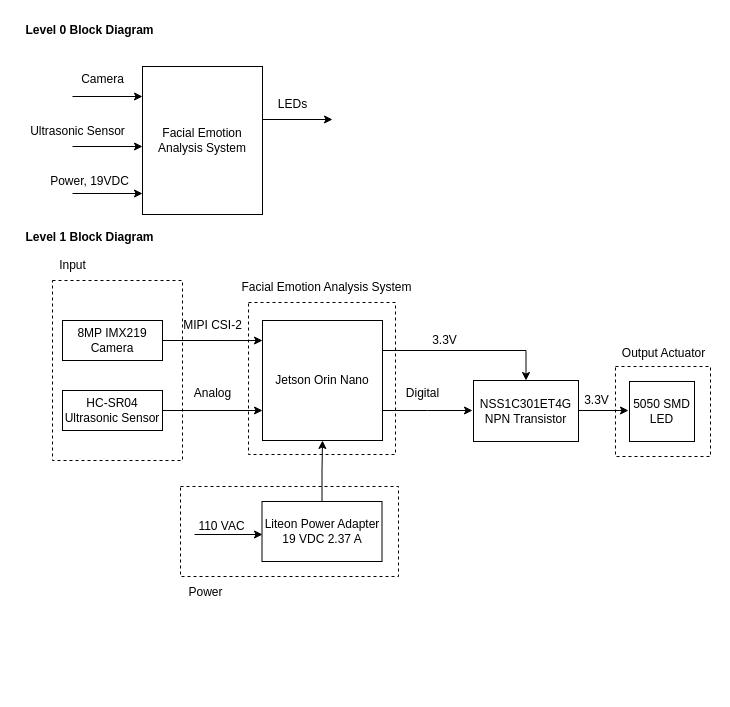
This is Schematics/Level 0 & Level 1 Block Diagram.drawio from LuanNgGithub/Emotion-Based-Smart-Home-System, a draw.io file, before an edit. Source tidied: cells renumbered, new cells numbered last; positions are measured from the earlier drawing's top-left corner, leaving out a move shared by most shapes. Both pictures are drawn from the tidied source at 100%, with x=0, y=0 at pixel (17, 17).
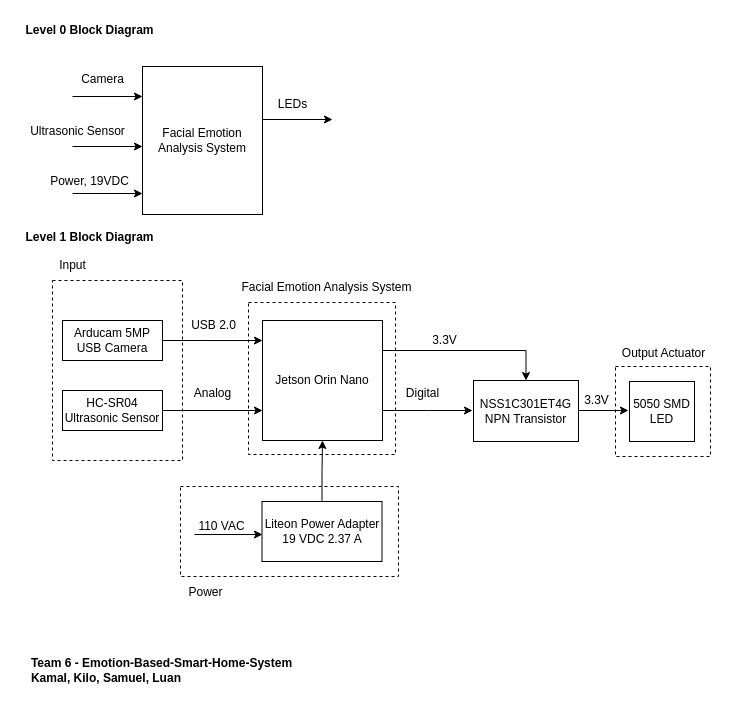
After the change.

The edit, as a diff of the source:
```diff
@@
-    <mxCell id="16" value="8MP IMX219 Camera" style="rounded=0;whiteSpace=wrap;html=1;" parent="1" vertex="1">
+    <mxCell id="16" value="Arducam 5MP USB Camera" style="rounded=0;whiteSpace=wrap;html=1;" parent="1" vertex="1">
       <mxGeometry x="45" y="303" width="100" height="40" as="geometry" />
     </mxCell>
@@
-    <mxCell id="18" value="MIPI CSI-2" style="text;html=1;align=center;verticalAlign=middle;strokeColor=none;fillColor=none;" parent="1" vertex="1">
-      <mxGeometry x="155" y="293" width="80" height="30" as="geometry" />
+    <mxCell id="18" value="USB 2.0" style="text;html=1;align=center;verticalAlign=middle;strokeColor=none;fillColor=none;" parent="1" vertex="1">
+      <mxGeometry x="164" y="295" width="63" height="26" as="geometry" />
     </mxCell>
@@
+    <mxCell id="40" value="&lt;div&gt;&lt;b&gt;Team 6 -&amp;nbsp;Emotion-Based-Smart-Home-System &lt;br&gt;&lt;/b&gt;&lt;/div&gt;&lt;div align=&quot;left&quot;&gt;&lt;b&gt;Kamal, Kilo, Samuel, Luan&lt;br&gt;&lt;/b&gt;&lt;/div&gt;" style="text;html=1;align=center;verticalAlign=middle;strokeColor=none;fillColor=none;" parent="1" vertex="1">
+      <mxGeometry x="5" y="632" width="278" height="41" as="geometry" />
+    </mxCell>
```
